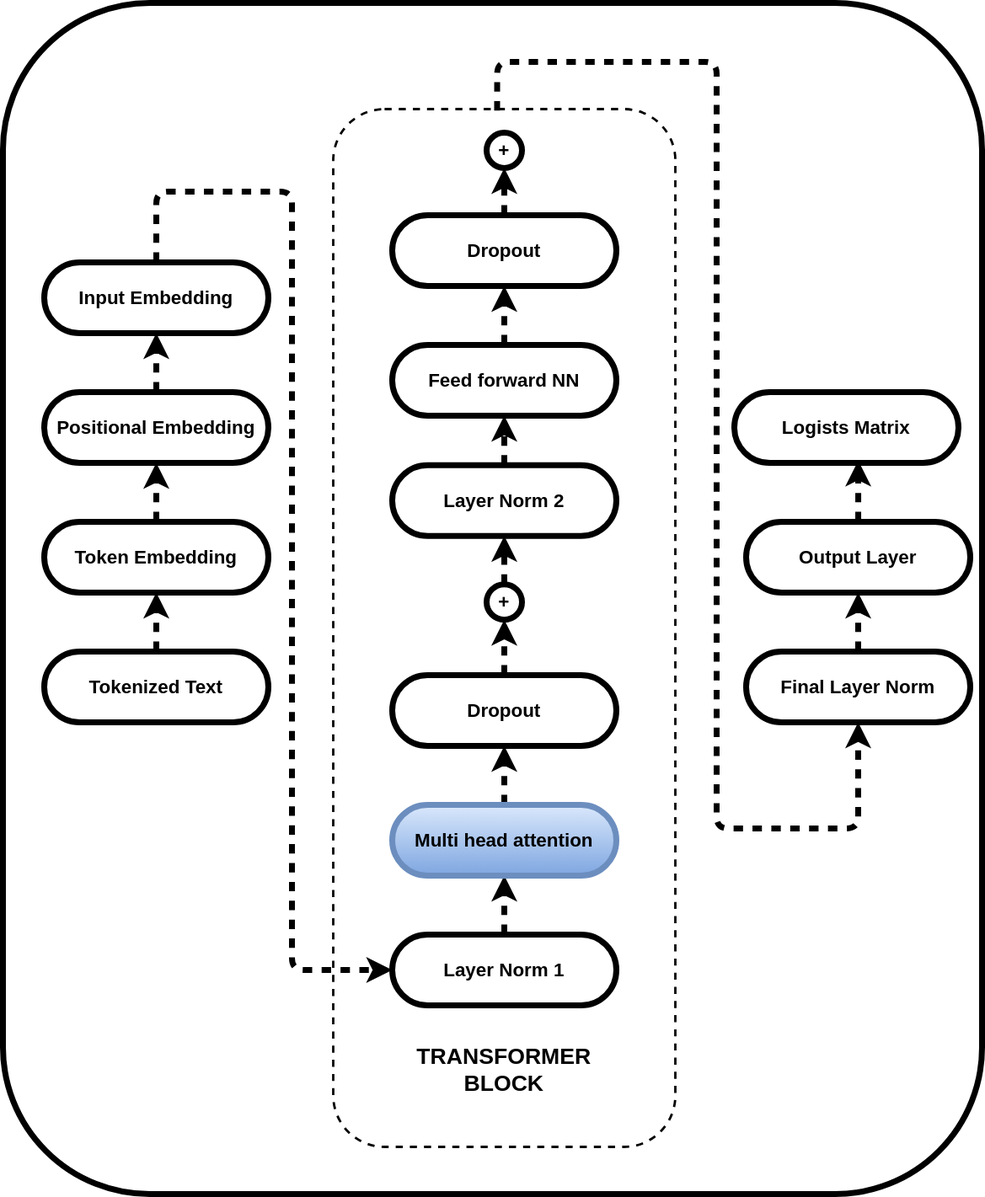
Earlier version of the draw.io export images/genai/self-attention-big-pic.svg (samratkar/samratkar.github.io). Source tidied: cells renumbered, new cells last; positions are measured from the earlier drawing's top-left corner, leaving out a move shared by most shapes.
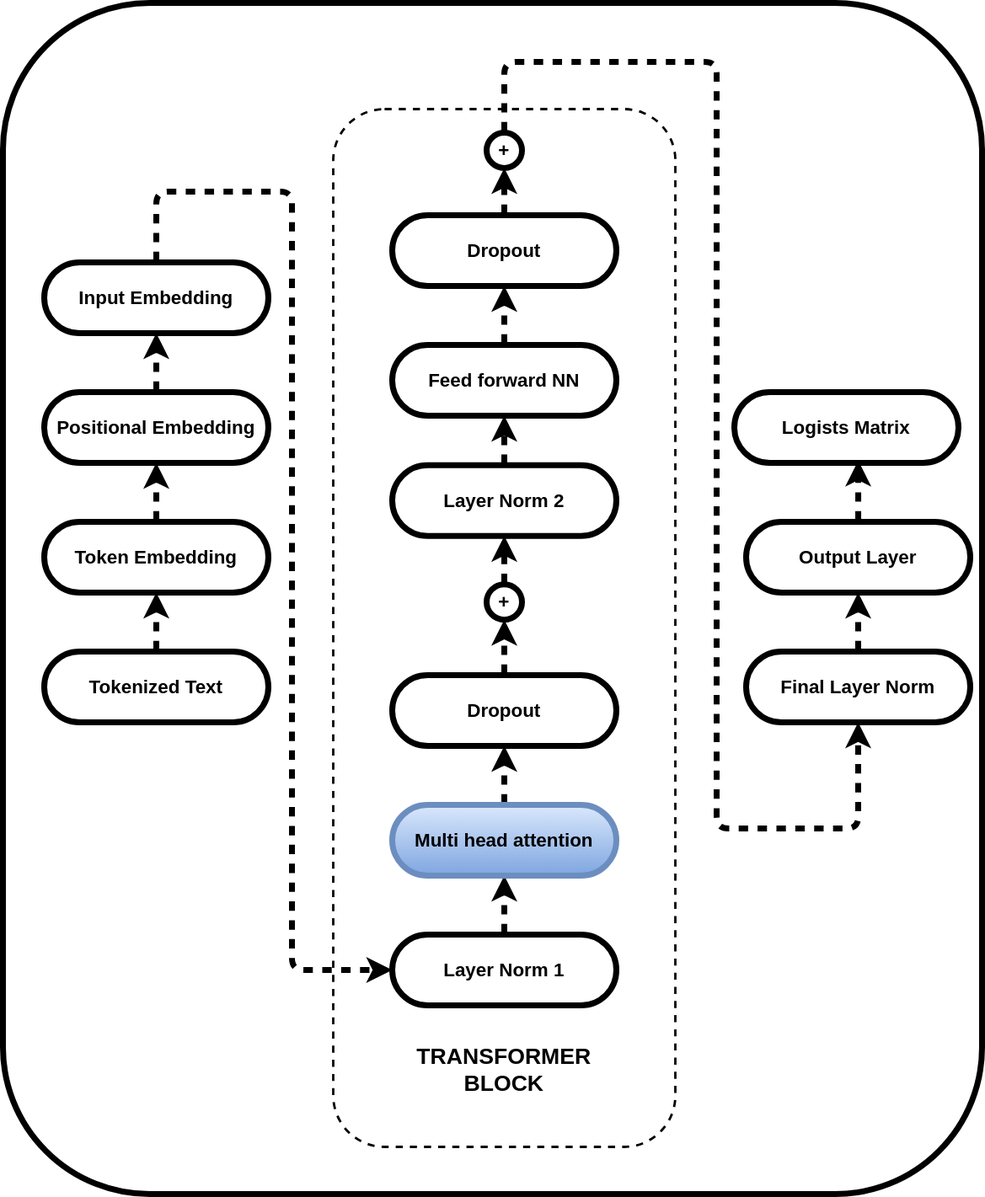
After the commit.

Change to the diagram source:
```diff
@@ -83,10 +83,10 @@
     <mxCell id="28" style="edgeStyle=none;html=1;entryX=0.553;entryY=0.967;entryDx=0;entryDy=0;entryPerimeter=0;fontSize=16;fontStyle=1;strokeWidth=5;flowAnimation=1;" parent="1" edge="1" source="25" target="27">
       <mxGeometry relative="1" as="geometry" />
     </mxCell>
-    <mxCell id="29" style="endArrow=classic;html=1;exitX=0.479;exitY=0.002;exitDx=0;exitDy=0;entryX=0.5;entryY=0.5;entryDx=0;entryDy=30;entryPerimeter=0;fontSize=16;fontStyle=1;strokeWidth=5;flowAnimation=1;exitPerimeter=0;" parent="1" edge="1" source="3" target="24">
+    <mxCell id="29" style="endArrow=classic;html=1;exitX=0.5;exitY=0;exitDx=0;exitDy=0;entryX=0.5;entryY=0.5;entryDx=0;entryDy=30;entryPerimeter=0;fontSize=16;fontStyle=1;strokeWidth=5;flowAnimation=1;" parent="1" edge="1" source="23" target="24">
       <mxGeometry relative="1" as="geometry">
         <Array as="points">
-          <mxPoint x="419" y="50" />
+          <mxPoint x="425" y="50" />
           <mxPoint x="605" y="50" />
           <mxPoint x="605" y="320" />
           <mxPoint x="605" y="700" />
```
